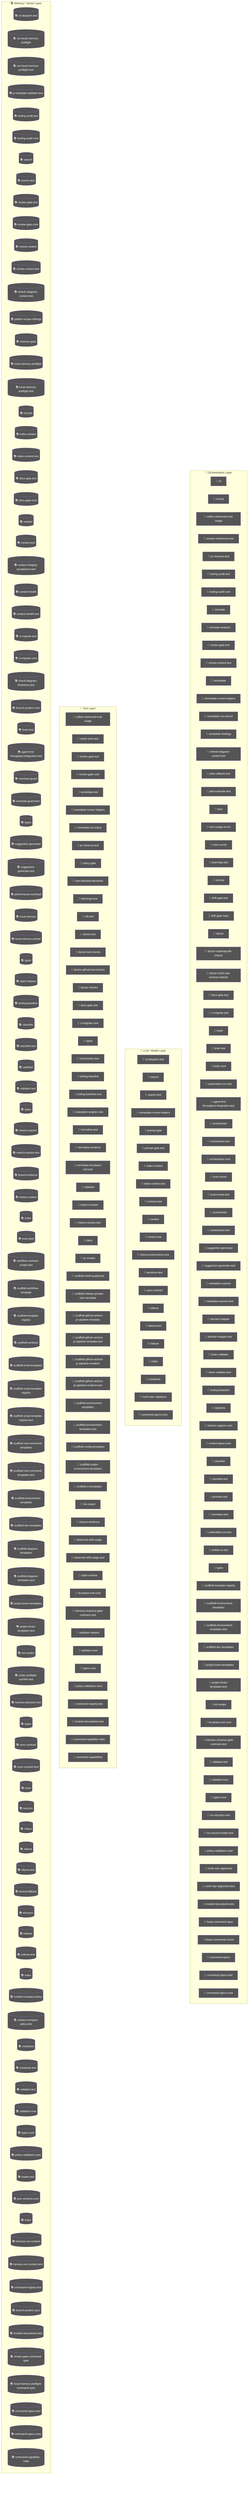
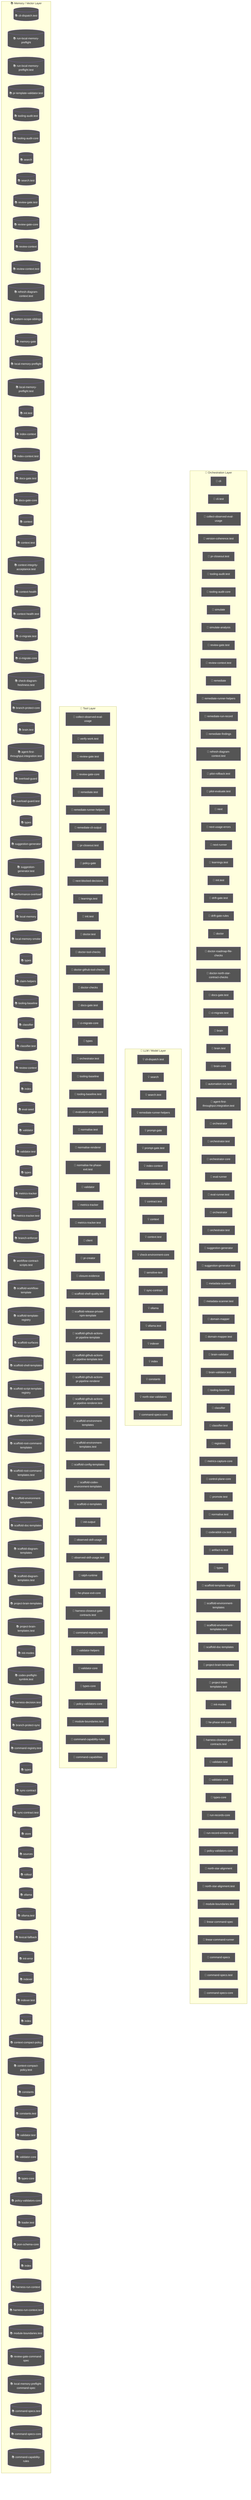
flowchart TD
  subgraph Orchestration["🎯 Orchestration Layer"]
    cli_99bb8840["🤖 cli"]
    cli_test_4851f28b["🤖 cli.test"]
    node_agent_mmd_orchestration_layer_orchestration_coll_37781291["🤖 collect-observed-eval-usage"]
    version_coherence_test_b81c6d8e["🤖 version-coherence.test"]
    pr_closeout_test_12a1ffdd["🤖 pr-closeout.test"]
    node_agent_mmd_orchestration_layer_orchestration_tool_5f9f8adf["🤖 tooling-audit.test"]
    node_agent_mmd_orchestration_layer_orchestration_tool_acfe0c01["🤖 tooling-audit-core"]
    simulate_b9efe395["🤖 simulate"]
    simulate_analysis_164a460c["🤖 simulate-analysis"]
    node_agent_mmd_orchestration_layer_orchestration_revi_ae9f100c["🤖 review-gate.test"]
    node_agent_mmd_orchestration_layer_orchestration_revi_84f25e5b["🤖 review-context.test"]
    remediate_06b9c7fc["🤖 remediate"]
    node_agent_mmd_orchestration_layer_orchestration_reme_359fe98f["🤖 remediate-runner-helpers"]
    remediate_run_record_9dfe5dc1["🤖 remediate-run-record"]
    remediate_findings_8b09c8c6["🤖 remediate-findings"]
    node_agent_mmd_orchestration_layer_orchestration_refr_10a87984["🤖 refresh-diagram-context.test"]
    pilot_rollback_test_e61d5a2b["🤖 pilot-rollback.test"]
    pilot_evaluate_test_a2ac06fc["🤖 pilot-evaluate.test"]
    next_c6c1c9a9["🤖 next"]
    next_usage_errors_837a345a["🤖 next-usage-errors"]
    next_runner_41643472["🤖 next-runner"]
    node_agent_mmd_orchestration_layer_orchestration_lear_5a2a5b08["🤖 learnings.test"]
    node_agent_mmd_orchestration_layer_orchestration_init_daf6ae1b["🤖 init.test"]
    drift_gate_test_816765e3["🤖 drift-gate.test"]
    drift_gate_rules_9685e72d["🤖 drift-gate-rules"]
    doctor_72f4be89["🤖 doctor"]
    doctor_roadmap_file_checks_14447b8e["🤖 doctor-roadmap-file-checks"]
    doctor_north_star_contract_checks_0048124c["🤖 doctor-north-star-contract-checks"]
    node_agent_mmd_orchestration_layer_orchestration_docs_22c7ae60["🤖 docs-gate.test"]
    node_agent_mmd_orchestration_layer_orchestration_ci_m_a6704d8b["🤖 ci-migrate.test"]
    brain_bbbf7a64["🤖 brain"]
    node_agent_mmd_orchestration_layer_orchestration_brai_9c019b6e["🤖 brain.test"]
    brain_core_aa07c380["🤖 brain-core"]
    automation_run_test_7b21d905["🤖 automation-run.test"]
    node_agent_mmd_orchestration_layer_orchestration_agen_eb715f44["🤖 agent-first-throughput.integration.test"]
    orchestrator_11376b7e["🤖 orchestrator"]
    orchestrator_test_18d2fe26["🤖 orchestrator.test"]
    orchestrator_core_d0678b53["🤖 orchestrator-core"]
    eval_runner_0966a6b3["🤖 eval-runner"]
    eval_runner_test_962c8c18["🤖 eval-runner.test"]
    orchestrator_1_6b7137c5["🤖 orchestrator"]
    node_agent_mmd_orchestration_layer_orchestration_orch_af4e7416["🤖 orchestrator.test"]
    node_agent_mmd_orchestration_layer_orchestration_sugg_85c5ebe3["🤖 suggestion-generator"]
    node_agent_mmd_orchestration_layer_orchestration_sugg_d0ad9d8e["🤖 suggestion-generator.test"]
    metadata_scanner_6a101b66["🤖 metadata-scanner"]
    metadata_scanner_test_faee743d["🤖 metadata-scanner.test"]
    domain_mapper_cd9333d2["🤖 domain-mapper"]
    domain_mapper_test_dc5a9896["🤖 domain-mapper.test"]
    brain_validator_be251832["🤖 brain-validator"]
    brain_validator_test_5e40cb72["🤖 brain-validator.test"]
    node_agent_mmd_orchestration_layer_orchestration_tool_cc43149f["🤖 tooling-baseline"]
+     node_agent_mmd_orchestration_layer_orchestration_clas_899b821a["🤖 classifier"]
+     node_agent_mmd_orchestration_layer_orchestration_clas_402e0b3f["🤖 classifier.test"]
    registries_06402afa["🤖 registries"]
    metrics_capture_core_db4bf7cf["🤖 metrics-capture-core"]
    control_plane_core_db3b4cb2["🤖 control-plane-core"]
-     node_agent_mmd_orchestration_layer_orchestration_clas_899b821a["🤖 classifier"]
-     node_agent_mmd_orchestration_layer_orchestration_clas_402e0b3f["🤖 classifier.test"]
    promote_test_5c615269["🤖 promote.test"]
    normalise_test_1_6643dd83["🤖 normalise.test"]
    coderabbit_csv_test_1f36d0a4["🤖 coderabbit-csv.test"]
    artifact_io_test_aac02da3["🤖 artifact-io.test"]
-     types_15_86775c96["🤖 types"]
+     types_16_0fae1112["🤖 types"]
    node_agent_mmd_orchestration_layer_orchestration_scaf_ff8f92f6["🤖 scaffold-template-registry"]
    node_agent_mmd_orchestration_layer_orchestration_scaf_c9a90c2f["🤖 scaffold-environment-templates"]
    node_agent_mmd_orchestration_layer_orchestration_scaf_78d57a93["🤖 scaffold-environment-templates.test"]
    node_agent_mmd_orchestration_layer_orchestration_scaf_12cc07db["🤖 scaffold-doc-templates"]
    node_agent_mmd_orchestration_layer_orchestration_proj_6ab6f60f["🤖 project-brain-templates"]
    node_agent_mmd_orchestration_layer_orchestration_proj_d78b2f4f["🤖 project-brain-templates.test"]
    node_agent_mmd_orchestration_layer_orchestration_init_2a9c3ecb["🤖 init-modes"]
    node_agent_mmd_orchestration_layer_orchestration_he_p_fc778c24["🤖 he-phase-exit-core"]
    node_agent_mmd_orchestration_layer_orchestration_harn_7761fad1["🤖 harness-closeout-gate-contracts.test"]
    node_agent_mmd_orchestration_layer_orchestration_vali_a3b17e45["🤖 validator.test"]
    node_agent_mmd_orchestration_layer_orchestration_vali_d9fe99e6["🤖 validator-core"]
    node_agent_mmd_orchestration_layer_orchestration_type_7cf81261["🤖 types-core"]
    run_records_core_89286dfa["🤖 run-records-core"]
    run_record_emitter_test_5475c0da["🤖 run-record-emitter.test"]
    node_agent_mmd_orchestration_layer_orchestration_poli_3270b55d["🤖 policy-validators-core"]
    north_star_alignment_00440188["🤖 north-star-alignment"]
    north_star_alignment_test_3ae1d69b["🤖 north-star-alignment.test"]
    node_agent_mmd_orchestration_layer_orchestration_modu_72373e29["🤖 module-boundaries.test"]
    linear_command_spec_1e12dd44["🤖 linear-command-spec"]
    linear_command_runner_4a740dfc["🤖 linear-command-runner"]
    command_specs_69167c63["🤖 command-specs"]
    node_agent_mmd_orchestration_layer_orchestration_comm_a137ef0a["🤖 command-specs.test"]
    node_agent_mmd_orchestration_layer_orchestration_comm_1f8cc24c["🤖 command-specs-core"]
  end
  subgraph LLMLayer["🧠 LLM / Model Layer"]
    node_agent_mmd_llm_model_layer_llmlayer_cli_dispatch__7ecbc6e7["💡 cli-dispatch.test"]
    node_agent_mmd_llm_model_layer_llmlayer_search_search_66b9a911["💡 search"]
    node_agent_mmd_llm_model_layer_llmlayer_search_test_s_72d50705["💡 search.test"]
    node_agent_mmd_llm_model_layer_llmlayer_remediate_run_9e3d4585["💡 remediate-runner-helpers"]
    prompt_gate_c5e9d207["💡 prompt-gate"]
    prompt_gate_test_1a442b27["💡 prompt-gate.test"]
    node_agent_mmd_llm_model_layer_llmlayer_index_context_1041bd11["💡 index-context"]
    node_agent_mmd_llm_model_layer_llmlayer_index_context_7e927b45["💡 index-context.test"]
    contract_test_2262847f["💡 contract.test"]
    node_agent_mmd_llm_model_layer_llmlayer_context_conte_ad2dfbd9["💡 context"]
    node_agent_mmd_llm_model_layer_llmlayer_context_test__32277db3["💡 context.test"]
    check_environment_core_2c16213f["💡 check-environment-core"]
    sensitive_text_7c11f760["💡 sensitive-text"]
    node_agent_mmd_llm_model_layer_llmlayer_sync_contract_9f3cc8c1["💡 sync-contract"]
    node_agent_mmd_llm_model_layer_llmlayer_ollama_ollama_968b23fa["💡 ollama"]
    node_agent_mmd_llm_model_layer_llmlayer_ollama_test_o_d62a0b5a["💡 ollama.test"]
    node_agent_mmd_llm_model_layer_llmlayer_indexer_index_4f4deef5["💡 indexer"]
    node_agent_mmd_llm_model_layer_llmlayer_index_index_1_02e160ff["💡 index"]
    node_agent_mmd_llm_model_layer_llmlayer_constants_con_c9bd3f6c["💡 constants"]
    north_star_validators_cfc926ce["💡 north-star-validators"]
    node_agent_mmd_llm_model_layer_llmlayer_command_specs_782af9fa["💡 command-specs-core"]
  end
  subgraph ToolLayer["🔧 Tool Layer"]
    node_agent_mmd_tool_layer_toollayer_collect_observed__f30f627d["🔧 collect-observed-eval-usage"]
    verify_work_test_0e12f6c5["🔧 verify-work.test"]
    node_agent_mmd_tool_layer_toollayer_review_gate_test__548e6c28["🔧 review-gate.test"]
    node_agent_mmd_tool_layer_toollayer_review_gate_core__7704598b["🔧 review-gate-core"]
    remediate_test_6f59cafe["🔧 remediate.test"]
    node_agent_mmd_tool_layer_toollayer_remediate_runner__c003b871["🔧 remediate-runner-helpers"]
    remediate_cli_output_cc165396["🔧 remediate-cli-output"]
    pr_closeout_test_1_be1a0df1["🔧 pr-closeout.test"]
    policy_gate_213f7313["🔧 policy-gate"]
    next_blocked_decisions_4140ad2b["🔧 next-blocked-decisions"]
    node_agent_mmd_tool_layer_toollayer_learnings_test_le_d61f175f["🔧 learnings.test"]
    node_agent_mmd_tool_layer_toollayer_init_test_init_te_ae014ee3["🔧 init.test"]
    doctor_test_e032e8b5["🔧 doctor.test"]
    doctor_tool_checks_4acac51a["🔧 doctor-tool-checks"]
    doctor_github_tool_checks_a53b0382["🔧 doctor-github-tool-checks"]
    doctor_checks_5a2eb2b9["🔧 doctor-checks"]
    node_agent_mmd_tool_layer_toollayer_docs_gate_test_do_ca0c4c21["🔧 docs-gate.test"]
    node_agent_mmd_tool_layer_toollayer_ci_migrate_core_c_049f8460["🔧 ci-migrate-core"]
    types_1_4ecdf56e["🔧 types"]
    node_agent_mmd_tool_layer_toollayer_orchestrator_test_b563c528["🔧 orchestrator.test"]
    node_agent_mmd_tool_layer_toollayer_tooling_baseline__61e66e9f["🔧 tooling-baseline"]
    tooling_baseline_test_d272ddb6["🔧 tooling-baseline.test"]
    evaluation_engine_core_e054fe49["🔧 evaluation-engine-core"]
    normalise_test_73e8a615["🔧 normalise.test"]
    normalise_renderer_85f2e563["🔧 normalise-renderer"]
    normalise_he_phase_exit_test_1788efc4["🔧 normalise-he-phase-exit.test"]
    node_agent_mmd_tool_layer_toollayer_validator_validat_96a84a52["🔧 validator"]
    node_agent_mmd_tool_layer_toollayer_metrics_tracker_m_4c9237d8["🔧 metrics-tracker"]
    node_agent_mmd_tool_layer_toollayer_metrics_tracker_t_8947b778["🔧 metrics-tracker.test"]
    client_1_914e1681["🔧 client"]
    pr_creator_dc6b1ea4["🔧 pr-creator"]
+     closure_evidence_aaa31467["🔧 closure-evidence"]
    scaffold_shell_quality_test_79567d03["🔧 scaffold-shell-quality.test"]
    scaffold_release_private_npm_template_075499f8["🔧 scaffold-release-private-npm-template"]
    scaffold_github_actions_pr_pipeline_template_e2b85f62["🔧 scaffold-github-actions-pr-pipeline-template"]
    scaffold_github_actions_pr_pipeline_template_test_be464a7b["🔧 scaffold-github-actions-pr-pipeline-template.test"]
    scaffold_github_actions_pr_pipeline_renderer_1ee18de5["🔧 scaffold-github-actions-pr-pipeline-renderer"]
    scaffold_github_actions_pr_pipeline_renderer_test_2cc38272["🔧 scaffold-github-actions-pr-pipeline-renderer.test"]
    node_agent_mmd_tool_layer_toollayer_scaffold_environm_c1afc013["🔧 scaffold-environment-templates"]
    node_agent_mmd_tool_layer_toollayer_scaffold_environm_1a8f8168["🔧 scaffold-environment-templates.test"]
    scaffold_config_templates_4b80ce53["🔧 scaffold-config-templates"]
    scaffold_codex_environment_templates_334fbbed["🔧 scaffold-codex-environment-templates"]
    scaffold_ci_templates_2afd6392["🔧 scaffold-ci-templates"]
    init_output_360dce91["🔧 init-output"]
-     closure_evidence_aaa31467["🔧 closure-evidence"]
    observed_skill_usage_ed7d5930["🔧 observed-skill-usage"]
    observed_skill_usage_test_311c215a["🔧 observed-skill-usage.test"]
    ralph_runtime_73d63c0e["🔧 ralph-runtime"]
    node_agent_mmd_tool_layer_toollayer_he_phase_exit_cor_af016160["🔧 he-phase-exit-core"]
    node_agent_mmd_tool_layer_toollayer_harness_closeout__df9d1dab["🔧 harness-closeout-gate-contracts.test"]
+     node_agent_mmd_tool_layer_toollayer_command_registry__cce57abe["🔧 command-registry.test"]
    validator_helpers_7b927667["🔧 validator-helpers"]
    node_agent_mmd_tool_layer_toollayer_validator_core_va_6ef6131f["🔧 validator-core"]
    node_agent_mmd_tool_layer_toollayer_types_core_types__6c8319b6["🔧 types-core"]
    node_agent_mmd_tool_layer_toollayer_policy_validators_af136abf["🔧 policy-validators-core"]
-     node_agent_mmd_tool_layer_toollayer_command_registry__cce57abe["🔧 command-registry.test"]
    node_agent_mmd_tool_layer_toollayer_module_boundaries_fecf90b5["🔧 module-boundaries.test"]
    node_agent_mmd_tool_layer_toollayer_command_capabilit_e97a4615["🔧 command-capability-rules"]
    command_capabilities_a4d5c71e["🔧 command-capabilities"]
  end
  subgraph MemoryLayer["📚 Memory / Vector Layer"]
    node_agent_mmd_memory_vector_layer_memorylayer_cli_di_c121353b[("📚 cli-dispatch.test")]
    run_local_memory_preflight_36e92808[("📚 run-local-memory-preflight")]
    run_local_memory_preflight_test_1d7c5aa0[("📚 run-local-memory-preflight.test")]
    pr_template_validator_test_569b1cef[("📚 pr-template-validator.test")]
    node_agent_mmd_memory_vector_layer_memorylayer_toolin_48be0fc9[("📚 tooling-audit.test")]
    node_agent_mmd_memory_vector_layer_memorylayer_toolin_a1185b8f[("📚 tooling-audit-core")]
    node_agent_mmd_memory_vector_layer_memorylayer_search_ac35cb7e[("📚 search")]
    node_agent_mmd_memory_vector_layer_memorylayer_search_ebbe6c53[("📚 search.test")]
    node_agent_mmd_memory_vector_layer_memorylayer_review_e0e0b257[("📚 review-gate.test")]
    node_agent_mmd_memory_vector_layer_memorylayer_review_5bee9816[("📚 review-gate-core")]
    review_context_ca6cf81d[("📚 review-context")]
    node_agent_mmd_memory_vector_layer_memorylayer_review_3255d3cf[("📚 review-context.test")]
    node_agent_mmd_memory_vector_layer_memorylayer_refres_b1a0f415[("📚 refresh-diagram-context.test")]
    pattern_scope_siblings_43abe000[("📚 pattern-scope-siblings")]
    memory_gate_a577a506[("📚 memory-gate")]
    local_memory_preflight_dcc36c42[("📚 local-memory-preflight")]
    local_memory_preflight_test_5e323bbf[("📚 local-memory-preflight.test")]
    node_agent_mmd_memory_vector_layer_memorylayer_init_t_bac0fb9d[("📚 init.test")]
    node_agent_mmd_memory_vector_layer_memorylayer_index__6f3402d0[("📚 index-context")]
    node_agent_mmd_memory_vector_layer_memorylayer_index__46fc46d7[("📚 index-context.test")]
    node_agent_mmd_memory_vector_layer_memorylayer_docs_g_2ab7a620[("📚 docs-gate.test")]
    docs_gate_core_eb9b6c18[("📚 docs-gate-core")]
    node_agent_mmd_memory_vector_layer_memorylayer_contex_78ceaaa9[("📚 context")]
    node_agent_mmd_memory_vector_layer_memorylayer_contex_4e7cab00[("📚 context.test")]
    context_integrity_acceptance_test_59f961b1[("📚 context-integrity-acceptance.test")]
    context_health_80bb7da9[("📚 context-health")]
    context_health_test_3b5b87f3[("📚 context-health.test")]
    node_agent_mmd_memory_vector_layer_memorylayer_ci_mig_df76706f[("📚 ci-migrate.test")]
    node_agent_mmd_memory_vector_layer_memorylayer_ci_mig_0cd5b1a4[("📚 ci-migrate-core")]
    check_diagram_freshness_test_c1dc40aa[("📚 check-diagram-freshness.test")]
    branch_protect_core_a8feb0fd[("📚 branch-protect-core")]
    node_agent_mmd_memory_vector_layer_memorylayer_brain__80b5ea48[("📚 brain.test")]
    node_agent_mmd_memory_vector_layer_memorylayer_agent__6f084ab8[("📚 agent-first-throughput.integration.test")]
    overload_guard_2748c559[("📚 overload-guard")]
    overload_guard_test_6ece9f86[("📚 overload-guard.test")]
-     types_3_9675d69b[("📚 types")]
+     types_4_822d0f88[("📚 types")]
    node_agent_mmd_memory_vector_layer_memorylayer_sugges_267f408d[("📚 suggestion-generator")]
    node_agent_mmd_memory_vector_layer_memorylayer_sugges_b043d150[("📚 suggestion-generator.test")]
    performance_overload_c685bfcf[("📚 performance-overload")]
    local_memory_0db17ecc[("📚 local-memory")]
    local_memory_smoke_1175abfc[("📚 local-memory-smoke")]
-     types_8_f6283648[("📚 types")]
+     types_9_1db4641f[("📚 types")]
    claim_helpers_20dc8387[("📚 claim-helpers")]
    node_agent_mmd_memory_vector_layer_memorylayer_toolin_14f86b00[("📚 tooling-baseline")]
    node_agent_mmd_memory_vector_layer_memorylayer_classi_1ebbf5ff[("📚 classifier")]
    node_agent_mmd_memory_vector_layer_memorylayer_classi_58e617e7[("📚 classifier.test")]
+     review_context_1_e3afed15[("📚 review-context")]
+     index_2_10143590[("📚 index")]
+     eval_seed_5699fd3e[("📚 eval-seed")]
    node_agent_mmd_memory_vector_layer_memorylayer_valida_1b167f63[("📚 validator")]
    validator_test_1_c5015ca0[("📚 validator.test")]
-     types_12_2b09659a[("📚 types")]
+     types_13_d025517b[("📚 types")]
    node_agent_mmd_memory_vector_layer_memorylayer_metric_12562178[("📚 metrics-tracker")]
    node_agent_mmd_memory_vector_layer_memorylayer_metric_74129788[("📚 metrics-tracker.test")]
    branch_enforcer_acb749cd[("📚 branch-enforcer")]
-     review_context_1_e3afed15[("📚 review-context")]
-     index_2_10143590[("📚 index")]
-     eval_seed_5699fd3e[("📚 eval-seed")]
    workflow_contract_scripts_test_681e2e3c[("📚 workflow-contract-scripts.test")]
    scaffold_workflow_template_92310587[("📚 scaffold-workflow-template")]
    node_agent_mmd_memory_vector_layer_memorylayer_scaffo_a86eece1[("📚 scaffold-template-registry")]
    scaffold_surfaces_12d6494e[("📚 scaffold-surfaces")]
    scaffold_shell_templates_0ad0f915[("📚 scaffold-shell-templates")]
    scaffold_script_template_registry_69312d4e[("📚 scaffold-script-template-registry")]
    scaffold_script_template_registry_test_6a8ebefe[("📚 scaffold-script-template-registry.test")]
    scaffold_root_command_templates_404fed7f[("📚 scaffold-root-command-templates")]
    scaffold_root_command_templates_test_14596939[("📚 scaffold-root-command-templates.test")]
    node_agent_mmd_memory_vector_layer_memorylayer_scaffo_12b42341[("📚 scaffold-environment-templates")]
    node_agent_mmd_memory_vector_layer_memorylayer_scaffo_5fd73b94[("📚 scaffold-doc-templates")]
    scaffold_diagram_templates_dd88e83c[("📚 scaffold-diagram-templates")]
    scaffold_diagram_templates_test_f3774c28[("📚 scaffold-diagram-templates.test")]
    node_agent_mmd_memory_vector_layer_memorylayer_projec_3ae304d9[("📚 project-brain-templates")]
    node_agent_mmd_memory_vector_layer_memorylayer_projec_6048335b[("📚 project-brain-templates.test")]
    node_agent_mmd_memory_vector_layer_memorylayer_init_m_333d02c5[("📚 init-modes")]
    codex_preflight_symlink_test_037558db[("📚 codex-preflight-symlink.test")]
    harness_decision_test_7e5a4fe5[("📚 harness-decision.test")]
+     branch_protect_sync_570adb18[("📚 branch-protect-sync")]
+     node_agent_mmd_memory_vector_layer_memorylayer_comman_362247bb[("📚 command-registry.test")]
    types_18_37582e2a[("📚 types")]
    node_agent_mmd_memory_vector_layer_memorylayer_sync_c_e43418bc[("📚 sync-contract")]
    sync_contract_test_5dc3165c[("📚 sync-contract.test")]
    store_824d80d7[("📚 store")]
    sources_1_e133d97d[("📚 sources")]
    rollout_a4fa034c[("📚 rollout")]
    node_agent_mmd_memory_vector_layer_memorylayer_ollama_6d51be16[("📚 ollama")]
    node_agent_mmd_memory_vector_layer_memorylayer_ollama_d800c0c4[("📚 ollama.test")]
    lexical_fallback_723e2b3e[("📚 lexical-fallback")]
    init_error_5c7dd49f[("📚 init-error")]
    node_agent_mmd_memory_vector_layer_memorylayer_indexe_93e6d86f[("📚 indexer")]
    indexer_test_d492f0aa[("📚 indexer.test")]
    node_agent_mmd_memory_vector_layer_memorylayer_index__752bc61e[("📚 index")]
    context_compact_policy_3dcaf95d[("📚 context-compact-policy")]
    context_compact_policy_test_da148267[("📚 context-compact-policy.test")]
    node_agent_mmd_memory_vector_layer_memorylayer_consta_702d3f46[("📚 constants")]
    constants_test_5492ae98[("📚 constants.test")]
    node_agent_mmd_memory_vector_layer_memorylayer_valida_caacfcdf[("📚 validator.test")]
    node_agent_mmd_memory_vector_layer_memorylayer_valida_41034356[("📚 validator-core")]
    node_agent_mmd_memory_vector_layer_memorylayer_types__83f369fa[("📚 types-core")]
    node_agent_mmd_memory_vector_layer_memorylayer_policy_1944de42[("📚 policy-validators-core")]
    loader_test_03424671[("📚 loader.test")]
    json_schema_core_96d7e328[("📚 json-schema-core")]
    index_6_fc9e91e2[("📚 index")]
    harness_run_context_ac7c77a9[("📚 harness-run-context")]
    harness_run_context_test_c6937fed[("📚 harness-run-context.test")]
-     node_agent_mmd_memory_vector_layer_memorylayer_comman_362247bb[("📚 command-registry.test")]
-     branch_protect_sync_570adb18[("📚 branch-protect-sync")]
    node_agent_mmd_memory_vector_layer_memorylayer_module_9bfd18b1[("📚 module-boundaries.test")]
    review_gate_command_spec_3187376a[("📚 review-gate-command-spec")]
    local_memory_preflight_command_spec_9e23f3ce[("📚 local-memory-preflight-command-spec")]
    node_agent_mmd_memory_vector_layer_memorylayer_comman_d36d1650[("📚 command-specs.test")]
    node_agent_mmd_memory_vector_layer_memorylayer_comman_111eb454[("📚 command-specs-core")]
    node_agent_mmd_memory_vector_layer_memorylayer_comman_c72a5d05[("📚 command-capability-rules")]
  end
  classDef agentNode fill:#555,color:#fff
-   class cli_99bb8840,cli_test_4851f28b,node_agent_mmd_orchestration_layer_orchestration_coll_37781291,node_agent_mmd_tool_layer_toollayer_collect_observed__f30f627d,version_coherence_test_b81c6d8e,pr_closeout_test_12a1ffdd,node_agent_mmd_orchestration_layer_orchestration_tool_5f9f8adf,node_agent_mmd_memory_vector_layer_memorylayer_toolin_48be0fc9,node_agent_mmd_orchestration_layer_orchestration_tool_acfe0c01,node_agent_mmd_memory_vector_layer_memorylayer_toolin_a1185b8f,simulate_b9efe395,simulate_analysis_164a460c,node_agent_mmd_orchestration_layer_orchestration_revi_ae9f100c,node_agent_mmd_tool_layer_toollayer_review_gate_test__548e6c28,node_agent_mmd_memory_vector_layer_memorylayer_review_e0e0b257,node_agent_mmd_orchestration_layer_orchestration_revi_84f25e5b,node_agent_mmd_memory_vector_layer_memorylayer_review_3255d3cf,remediate_06b9c7fc,node_agent_mmd_orchestration_layer_orchestration_reme_359fe98f,node_agent_mmd_llm_model_layer_llmlayer_remediate_run_9e3d4585,node_agent_mmd_tool_layer_toollayer_remediate_runner__c003b871,remediate_run_record_9dfe5dc1,remediate_findings_8b09c8c6,node_agent_mmd_orchestration_layer_orchestration_refr_10a87984,node_agent_mmd_memory_vector_layer_memorylayer_refres_b1a0f415,pilot_rollback_test_e61d5a2b,pilot_evaluate_test_a2ac06fc,next_c6c1c9a9,next_usage_errors_837a345a,next_runner_41643472,node_agent_mmd_orchestration_layer_orchestration_lear_5a2a5b08,node_agent_mmd_tool_layer_toollayer_learnings_test_le_d61f175f,node_agent_mmd_orchestration_layer_orchestration_init_daf6ae1b,node_agent_mmd_tool_layer_toollayer_init_test_init_te_ae014ee3,node_agent_mmd_memory_vector_layer_memorylayer_init_t_bac0fb9d,drift_gate_test_816765e3,drift_gate_rules_9685e72d,doctor_72f4be89,doctor_roadmap_file_checks_14447b8e,doctor_north_star_contract_checks_0048124c,node_agent_mmd_orchestration_layer_orchestration_docs_22c7ae60,node_agent_mmd_tool_layer_toollayer_docs_gate_test_do_ca0c4c21,node_agent_mmd_memory_vector_layer_memorylayer_docs_g_2ab7a620,node_agent_mmd_orchestration_layer_orchestration_ci_m_a6704d8b,node_agent_mmd_memory_vector_layer_memorylayer_ci_mig_df76706f,brain_bbbf7a64,node_agent_mmd_orchestration_layer_orchestration_brai_9c019b6e,node_agent_mmd_memory_vector_layer_memorylayer_brain__80b5ea48,brain_core_aa07c380,automation_run_test_7b21d905,node_agent_mmd_orchestration_layer_orchestration_agen_eb715f44,node_agent_mmd_memory_vector_layer_memorylayer_agent__6f084ab8,orchestrator_11376b7e,orchestrator_test_18d2fe26,orchestrator_core_d0678b53,eval_runner_0966a6b3,eval_runner_test_962c8c18,orchestrator_1_6b7137c5,node_agent_mmd_orchestration_layer_orchestration_orch_af4e7416,node_agent_mmd_tool_layer_toollayer_orchestrator_test_b563c528,node_agent_mmd_orchestration_layer_orchestration_sugg_85c5ebe3,node_agent_mmd_memory_vector_layer_memorylayer_sugges_267f408d,node_agent_mmd_orchestration_layer_orchestration_sugg_d0ad9d8e,node_agent_mmd_memory_vector_layer_memorylayer_sugges_b043d150,metadata_scanner_6a101b66,metadata_scanner_test_faee743d,domain_mapper_cd9333d2,domain_mapper_test_dc5a9896,brain_validator_be251832,brain_validator_test_5e40cb72,node_agent_mmd_orchestration_layer_orchestration_tool_cc43149f,node_agent_mmd_tool_layer_toollayer_tooling_baseline__61e66e9f,node_agent_mmd_memory_vector_layer_memorylayer_toolin_14f86b00,registries_06402afa,metrics_capture_core_db4bf7cf,control_plane_core_db3b4cb2,node_agent_mmd_orchestration_layer_orchestration_clas_899b821a,node_agent_mmd_memory_vector_layer_memorylayer_classi_1ebbf5ff,node_agent_mmd_orchestration_layer_orchestration_clas_402e0b3f,node_agent_mmd_memory_vector_layer_memorylayer_classi_58e617e7,promote_test_5c615269,normalise_test_1_6643dd83,coderabbit_csv_test_1f36d0a4,artifact_io_test_aac02da3,types_15_86775c96,node_agent_mmd_orchestration_layer_orchestration_scaf_ff8f92f6,node_agent_mmd_memory_vector_layer_memorylayer_scaffo_a86eece1,node_agent_mmd_orchestration_layer_orchestration_scaf_c9a90c2f,node_agent_mmd_tool_layer_toollayer_scaffold_environm_c1afc013,node_agent_mmd_memory_vector_layer_memorylayer_scaffo_12b42341,node_agent_mmd_orchestration_layer_orchestration_scaf_78d57a93,node_agent_mmd_tool_layer_toollayer_scaffold_environm_1a8f8168,node_agent_mmd_orchestration_layer_orchestration_scaf_12cc07db,node_agent_mmd_memory_vector_layer_memorylayer_scaffo_5fd73b94,node_agent_mmd_orchestration_layer_orchestration_proj_6ab6f60f,node_agent_mmd_memory_vector_layer_memorylayer_projec_3ae304d9,node_agent_mmd_orchestration_layer_orchestration_proj_d78b2f4f,node_agent_mmd_memory_vector_layer_memorylayer_projec_6048335b,node_agent_mmd_orchestration_layer_orchestration_init_2a9c3ecb,node_agent_mmd_memory_vector_layer_memorylayer_init_m_333d02c5,node_agent_mmd_orchestration_layer_orchestration_he_p_fc778c24,node_agent_mmd_tool_layer_toollayer_he_phase_exit_cor_af016160,node_agent_mmd_orchestration_layer_orchestration_harn_7761fad1,node_agent_mmd_tool_layer_toollayer_harness_closeout__df9d1dab,node_agent_mmd_orchestration_layer_orchestration_vali_a3b17e45,node_agent_mmd_memory_vector_layer_memorylayer_valida_caacfcdf,node_agent_mmd_orchestration_layer_orchestration_vali_d9fe99e6,node_agent_mmd_tool_layer_toollayer_validator_core_va_6ef6131f,node_agent_mmd_memory_vector_layer_memorylayer_valida_41034356,node_agent_mmd_orchestration_layer_orchestration_type_7cf81261,node_agent_mmd_tool_layer_toollayer_types_core_types__6c8319b6,node_agent_mmd_memory_vector_layer_memorylayer_types__83f369fa,run_records_core_89286dfa,run_record_emitter_test_5475c0da,node_agent_mmd_orchestration_layer_orchestration_poli_3270b55d,node_agent_mmd_tool_layer_toollayer_policy_validators_af136abf,node_agent_mmd_memory_vector_layer_memorylayer_policy_1944de42,north_star_alignment_00440188,north_star_alignment_test_3ae1d69b,node_agent_mmd_orchestration_layer_orchestration_modu_72373e29,node_agent_mmd_tool_layer_toollayer_module_boundaries_fecf90b5,node_agent_mmd_memory_vector_layer_memorylayer_module_9bfd18b1,linear_command_spec_1e12dd44,linear_command_runner_4a740dfc,command_specs_69167c63,node_agent_mmd_orchestration_layer_orchestration_comm_a137ef0a,node_agent_mmd_memory_vector_layer_memorylayer_comman_d36d1650,node_agent_mmd_orchestration_layer_orchestration_comm_1f8cc24c,node_agent_mmd_llm_model_layer_llmlayer_command_specs_782af9fa,node_agent_mmd_memory_vector_layer_memorylayer_comman_111eb454 agentNode
+   class cli_99bb8840,cli_test_4851f28b,node_agent_mmd_orchestration_layer_orchestration_coll_37781291,node_agent_mmd_tool_layer_toollayer_collect_observed__f30f627d,version_coherence_test_b81c6d8e,pr_closeout_test_12a1ffdd,node_agent_mmd_orchestration_layer_orchestration_tool_5f9f8adf,node_agent_mmd_memory_vector_layer_memorylayer_toolin_48be0fc9,node_agent_mmd_orchestration_layer_orchestration_tool_acfe0c01,node_agent_mmd_memory_vector_layer_memorylayer_toolin_a1185b8f,simulate_b9efe395,simulate_analysis_164a460c,node_agent_mmd_orchestration_layer_orchestration_revi_ae9f100c,node_agent_mmd_tool_layer_toollayer_review_gate_test__548e6c28,node_agent_mmd_memory_vector_layer_memorylayer_review_e0e0b257,node_agent_mmd_orchestration_layer_orchestration_revi_84f25e5b,node_agent_mmd_memory_vector_layer_memorylayer_review_3255d3cf,remediate_06b9c7fc,node_agent_mmd_orchestration_layer_orchestration_reme_359fe98f,node_agent_mmd_llm_model_layer_llmlayer_remediate_run_9e3d4585,node_agent_mmd_tool_layer_toollayer_remediate_runner__c003b871,remediate_run_record_9dfe5dc1,remediate_findings_8b09c8c6,node_agent_mmd_orchestration_layer_orchestration_refr_10a87984,node_agent_mmd_memory_vector_layer_memorylayer_refres_b1a0f415,pilot_rollback_test_e61d5a2b,pilot_evaluate_test_a2ac06fc,next_c6c1c9a9,next_usage_errors_837a345a,next_runner_41643472,node_agent_mmd_orchestration_layer_orchestration_lear_5a2a5b08,node_agent_mmd_tool_layer_toollayer_learnings_test_le_d61f175f,node_agent_mmd_orchestration_layer_orchestration_init_daf6ae1b,node_agent_mmd_tool_layer_toollayer_init_test_init_te_ae014ee3,node_agent_mmd_memory_vector_layer_memorylayer_init_t_bac0fb9d,drift_gate_test_816765e3,drift_gate_rules_9685e72d,doctor_72f4be89,doctor_roadmap_file_checks_14447b8e,doctor_north_star_contract_checks_0048124c,node_agent_mmd_orchestration_layer_orchestration_docs_22c7ae60,node_agent_mmd_tool_layer_toollayer_docs_gate_test_do_ca0c4c21,node_agent_mmd_memory_vector_layer_memorylayer_docs_g_2ab7a620,node_agent_mmd_orchestration_layer_orchestration_ci_m_a6704d8b,node_agent_mmd_memory_vector_layer_memorylayer_ci_mig_df76706f,brain_bbbf7a64,node_agent_mmd_orchestration_layer_orchestration_brai_9c019b6e,node_agent_mmd_memory_vector_layer_memorylayer_brain__80b5ea48,brain_core_aa07c380,automation_run_test_7b21d905,node_agent_mmd_orchestration_layer_orchestration_agen_eb715f44,node_agent_mmd_memory_vector_layer_memorylayer_agent__6f084ab8,orchestrator_11376b7e,orchestrator_test_18d2fe26,orchestrator_core_d0678b53,eval_runner_0966a6b3,eval_runner_test_962c8c18,orchestrator_1_6b7137c5,node_agent_mmd_orchestration_layer_orchestration_orch_af4e7416,node_agent_mmd_tool_layer_toollayer_orchestrator_test_b563c528,node_agent_mmd_orchestration_layer_orchestration_sugg_85c5ebe3,node_agent_mmd_memory_vector_layer_memorylayer_sugges_267f408d,node_agent_mmd_orchestration_layer_orchestration_sugg_d0ad9d8e,node_agent_mmd_memory_vector_layer_memorylayer_sugges_b043d150,metadata_scanner_6a101b66,metadata_scanner_test_faee743d,domain_mapper_cd9333d2,domain_mapper_test_dc5a9896,brain_validator_be251832,brain_validator_test_5e40cb72,node_agent_mmd_orchestration_layer_orchestration_tool_cc43149f,node_agent_mmd_tool_layer_toollayer_tooling_baseline__61e66e9f,node_agent_mmd_memory_vector_layer_memorylayer_toolin_14f86b00,node_agent_mmd_orchestration_layer_orchestration_clas_899b821a,node_agent_mmd_memory_vector_layer_memorylayer_classi_1ebbf5ff,node_agent_mmd_orchestration_layer_orchestration_clas_402e0b3f,node_agent_mmd_memory_vector_layer_memorylayer_classi_58e617e7,registries_06402afa,metrics_capture_core_db4bf7cf,control_plane_core_db3b4cb2,promote_test_5c615269,normalise_test_1_6643dd83,coderabbit_csv_test_1f36d0a4,artifact_io_test_aac02da3,types_16_0fae1112,node_agent_mmd_orchestration_layer_orchestration_scaf_ff8f92f6,node_agent_mmd_memory_vector_layer_memorylayer_scaffo_a86eece1,node_agent_mmd_orchestration_layer_orchestration_scaf_c9a90c2f,node_agent_mmd_tool_layer_toollayer_scaffold_environm_c1afc013,node_agent_mmd_memory_vector_layer_memorylayer_scaffo_12b42341,node_agent_mmd_orchestration_layer_orchestration_scaf_78d57a93,node_agent_mmd_tool_layer_toollayer_scaffold_environm_1a8f8168,node_agent_mmd_orchestration_layer_orchestration_scaf_12cc07db,node_agent_mmd_memory_vector_layer_memorylayer_scaffo_5fd73b94,node_agent_mmd_orchestration_layer_orchestration_proj_6ab6f60f,node_agent_mmd_memory_vector_layer_memorylayer_projec_3ae304d9,node_agent_mmd_orchestration_layer_orchestration_proj_d78b2f4f,node_agent_mmd_memory_vector_layer_memorylayer_projec_6048335b,node_agent_mmd_orchestration_layer_orchestration_init_2a9c3ecb,node_agent_mmd_memory_vector_layer_memorylayer_init_m_333d02c5,node_agent_mmd_orchestration_layer_orchestration_he_p_fc778c24,node_agent_mmd_tool_layer_toollayer_he_phase_exit_cor_af016160,node_agent_mmd_orchestration_layer_orchestration_harn_7761fad1,node_agent_mmd_tool_layer_toollayer_harness_closeout__df9d1dab,node_agent_mmd_orchestration_layer_orchestration_vali_a3b17e45,node_agent_mmd_memory_vector_layer_memorylayer_valida_caacfcdf,node_agent_mmd_orchestration_layer_orchestration_vali_d9fe99e6,node_agent_mmd_tool_layer_toollayer_validator_core_va_6ef6131f,node_agent_mmd_memory_vector_layer_memorylayer_valida_41034356,node_agent_mmd_orchestration_layer_orchestration_type_7cf81261,node_agent_mmd_tool_layer_toollayer_types_core_types__6c8319b6,node_agent_mmd_memory_vector_layer_memorylayer_types__83f369fa,run_records_core_89286dfa,run_record_emitter_test_5475c0da,node_agent_mmd_orchestration_layer_orchestration_poli_3270b55d,node_agent_mmd_tool_layer_toollayer_policy_validators_af136abf,node_agent_mmd_memory_vector_layer_memorylayer_policy_1944de42,north_star_alignment_00440188,north_star_alignment_test_3ae1d69b,node_agent_mmd_orchestration_layer_orchestration_modu_72373e29,node_agent_mmd_tool_layer_toollayer_module_boundaries_fecf90b5,node_agent_mmd_memory_vector_layer_memorylayer_module_9bfd18b1,linear_command_spec_1e12dd44,linear_command_runner_4a740dfc,command_specs_69167c63,node_agent_mmd_orchestration_layer_orchestration_comm_a137ef0a,node_agent_mmd_memory_vector_layer_memorylayer_comman_d36d1650,node_agent_mmd_orchestration_layer_orchestration_comm_1f8cc24c,node_agent_mmd_llm_model_layer_llmlayer_command_specs_782af9fa,node_agent_mmd_memory_vector_layer_memorylayer_comman_111eb454 agentNode
  classDef llmNode fill:#555,color:#fff
  class node_agent_mmd_llm_model_layer_llmlayer_cli_dispatch__7ecbc6e7,node_agent_mmd_memory_vector_layer_memorylayer_cli_di_c121353b,node_agent_mmd_llm_model_layer_llmlayer_search_search_66b9a911,node_agent_mmd_memory_vector_layer_memorylayer_search_ac35cb7e,node_agent_mmd_llm_model_layer_llmlayer_search_test_s_72d50705,node_agent_mmd_memory_vector_layer_memorylayer_search_ebbe6c53,node_agent_mmd_orchestration_layer_orchestration_reme_359fe98f,node_agent_mmd_llm_model_layer_llmlayer_remediate_run_9e3d4585,node_agent_mmd_tool_layer_toollayer_remediate_runner__c003b871,prompt_gate_c5e9d207,prompt_gate_test_1a442b27,node_agent_mmd_llm_model_layer_llmlayer_index_context_1041bd11,node_agent_mmd_memory_vector_layer_memorylayer_index__6f3402d0,node_agent_mmd_llm_model_layer_llmlayer_index_context_7e927b45,node_agent_mmd_memory_vector_layer_memorylayer_index__46fc46d7,contract_test_2262847f,node_agent_mmd_llm_model_layer_llmlayer_context_conte_ad2dfbd9,node_agent_mmd_memory_vector_layer_memorylayer_contex_78ceaaa9,node_agent_mmd_llm_model_layer_llmlayer_context_test__32277db3,node_agent_mmd_memory_vector_layer_memorylayer_contex_4e7cab00,check_environment_core_2c16213f,sensitive_text_7c11f760,node_agent_mmd_llm_model_layer_llmlayer_sync_contract_9f3cc8c1,node_agent_mmd_memory_vector_layer_memorylayer_sync_c_e43418bc,node_agent_mmd_llm_model_layer_llmlayer_ollama_ollama_968b23fa,node_agent_mmd_memory_vector_layer_memorylayer_ollama_6d51be16,node_agent_mmd_llm_model_layer_llmlayer_ollama_test_o_d62a0b5a,node_agent_mmd_memory_vector_layer_memorylayer_ollama_d800c0c4,node_agent_mmd_llm_model_layer_llmlayer_indexer_index_4f4deef5,node_agent_mmd_memory_vector_layer_memorylayer_indexe_93e6d86f,node_agent_mmd_llm_model_layer_llmlayer_index_index_1_02e160ff,node_agent_mmd_memory_vector_layer_memorylayer_index__752bc61e,node_agent_mmd_llm_model_layer_llmlayer_constants_con_c9bd3f6c,node_agent_mmd_memory_vector_layer_memorylayer_consta_702d3f46,north_star_validators_cfc926ce,node_agent_mmd_orchestration_layer_orchestration_comm_1f8cc24c,node_agent_mmd_llm_model_layer_llmlayer_command_specs_782af9fa,node_agent_mmd_memory_vector_layer_memorylayer_comman_111eb454 llmNode
  classDef toolNode fill:#555,color:#fff
-   class node_agent_mmd_orchestration_layer_orchestration_coll_37781291,node_agent_mmd_tool_layer_toollayer_collect_observed__f30f627d,verify_work_test_0e12f6c5,node_agent_mmd_orchestration_layer_orchestration_revi_ae9f100c,node_agent_mmd_tool_layer_toollayer_review_gate_test__548e6c28,node_agent_mmd_memory_vector_layer_memorylayer_review_e0e0b257,node_agent_mmd_tool_layer_toollayer_review_gate_core__7704598b,node_agent_mmd_memory_vector_layer_memorylayer_review_5bee9816,remediate_test_6f59cafe,node_agent_mmd_orchestration_layer_orchestration_reme_359fe98f,node_agent_mmd_llm_model_layer_llmlayer_remediate_run_9e3d4585,node_agent_mmd_tool_layer_toollayer_remediate_runner__c003b871,remediate_cli_output_cc165396,pr_closeout_test_1_be1a0df1,policy_gate_213f7313,next_blocked_decisions_4140ad2b,node_agent_mmd_orchestration_layer_orchestration_lear_5a2a5b08,node_agent_mmd_tool_layer_toollayer_learnings_test_le_d61f175f,node_agent_mmd_orchestration_layer_orchestration_init_daf6ae1b,node_agent_mmd_tool_layer_toollayer_init_test_init_te_ae014ee3,node_agent_mmd_memory_vector_layer_memorylayer_init_t_bac0fb9d,doctor_test_e032e8b5,doctor_tool_checks_4acac51a,doctor_github_tool_checks_a53b0382,doctor_checks_5a2eb2b9,node_agent_mmd_orchestration_layer_orchestration_docs_22c7ae60,node_agent_mmd_tool_layer_toollayer_docs_gate_test_do_ca0c4c21,node_agent_mmd_memory_vector_layer_memorylayer_docs_g_2ab7a620,node_agent_mmd_tool_layer_toollayer_ci_migrate_core_c_049f8460,node_agent_mmd_memory_vector_layer_memorylayer_ci_mig_0cd5b1a4,types_1_4ecdf56e,node_agent_mmd_orchestration_layer_orchestration_orch_af4e7416,node_agent_mmd_tool_layer_toollayer_orchestrator_test_b563c528,node_agent_mmd_orchestration_layer_orchestration_tool_cc43149f,node_agent_mmd_tool_layer_toollayer_tooling_baseline__61e66e9f,node_agent_mmd_memory_vector_layer_memorylayer_toolin_14f86b00,tooling_baseline_test_d272ddb6,evaluation_engine_core_e054fe49,normalise_test_73e8a615,normalise_renderer_85f2e563,normalise_he_phase_exit_test_1788efc4,node_agent_mmd_tool_layer_toollayer_validator_validat_96a84a52,node_agent_mmd_memory_vector_layer_memorylayer_valida_1b167f63,node_agent_mmd_tool_layer_toollayer_metrics_tracker_m_4c9237d8,node_agent_mmd_memory_vector_layer_memorylayer_metric_12562178,node_agent_mmd_tool_layer_toollayer_metrics_tracker_t_8947b778,node_agent_mmd_memory_vector_layer_memorylayer_metric_74129788,client_1_914e1681,pr_creator_dc6b1ea4,scaffold_shell_quality_test_79567d03,scaffold_release_private_npm_template_075499f8,scaffold_github_actions_pr_pipeline_template_e2b85f62,scaffold_github_actions_pr_pipeline_template_test_be464a7b,scaffold_github_actions_pr_pipeline_renderer_1ee18de5,scaffold_github_actions_pr_pipeline_renderer_test_2cc38272,node_agent_mmd_orchestration_layer_orchestration_scaf_c9a90c2f,node_agent_mmd_tool_layer_toollayer_scaffold_environm_c1afc013,node_agent_mmd_memory_vector_layer_memorylayer_scaffo_12b42341,node_agent_mmd_orchestration_layer_orchestration_scaf_78d57a93,node_agent_mmd_tool_layer_toollayer_scaffold_environm_1a8f8168,scaffold_config_templates_4b80ce53,scaffold_codex_environment_templates_334fbbed,scaffold_ci_templates_2afd6392,init_output_360dce91,closure_evidence_aaa31467,observed_skill_usage_ed7d5930,observed_skill_usage_test_311c215a,ralph_runtime_73d63c0e,node_agent_mmd_orchestration_layer_orchestration_he_p_fc778c24,node_agent_mmd_tool_layer_toollayer_he_phase_exit_cor_af016160,node_agent_mmd_orchestration_layer_orchestration_harn_7761fad1,node_agent_mmd_tool_layer_toollayer_harness_closeout__df9d1dab,validator_helpers_7b927667,node_agent_mmd_orchestration_layer_orchestration_vali_d9fe99e6,node_agent_mmd_tool_layer_toollayer_validator_core_va_6ef6131f,node_agent_mmd_memory_vector_layer_memorylayer_valida_41034356,node_agent_mmd_orchestration_layer_orchestration_type_7cf81261,node_agent_mmd_tool_layer_toollayer_types_core_types__6c8319b6,node_agent_mmd_memory_vector_layer_memorylayer_types__83f369fa,node_agent_mmd_orchestration_layer_orchestration_poli_3270b55d,node_agent_mmd_tool_layer_toollayer_policy_validators_af136abf,node_agent_mmd_memory_vector_layer_memorylayer_policy_1944de42,node_agent_mmd_tool_layer_toollayer_command_registry__cce57abe,node_agent_mmd_memory_vector_layer_memorylayer_comman_362247bb,node_agent_mmd_orchestration_layer_orchestration_modu_72373e29,node_agent_mmd_tool_layer_toollayer_module_boundaries_fecf90b5,node_agent_mmd_memory_vector_layer_memorylayer_module_9bfd18b1,node_agent_mmd_tool_layer_toollayer_command_capabilit_e97a4615,node_agent_mmd_memory_vector_layer_memorylayer_comman_c72a5d05,command_capabilities_a4d5c71e toolNode
+   class node_agent_mmd_orchestration_layer_orchestration_coll_37781291,node_agent_mmd_tool_layer_toollayer_collect_observed__f30f627d,verify_work_test_0e12f6c5,node_agent_mmd_orchestration_layer_orchestration_revi_ae9f100c,node_agent_mmd_tool_layer_toollayer_review_gate_test__548e6c28,node_agent_mmd_memory_vector_layer_memorylayer_review_e0e0b257,node_agent_mmd_tool_layer_toollayer_review_gate_core__7704598b,node_agent_mmd_memory_vector_layer_memorylayer_review_5bee9816,remediate_test_6f59cafe,node_agent_mmd_orchestration_layer_orchestration_reme_359fe98f,node_agent_mmd_llm_model_layer_llmlayer_remediate_run_9e3d4585,node_agent_mmd_tool_layer_toollayer_remediate_runner__c003b871,remediate_cli_output_cc165396,pr_closeout_test_1_be1a0df1,policy_gate_213f7313,next_blocked_decisions_4140ad2b,node_agent_mmd_orchestration_layer_orchestration_lear_5a2a5b08,node_agent_mmd_tool_layer_toollayer_learnings_test_le_d61f175f,node_agent_mmd_orchestration_layer_orchestration_init_daf6ae1b,node_agent_mmd_tool_layer_toollayer_init_test_init_te_ae014ee3,node_agent_mmd_memory_vector_layer_memorylayer_init_t_bac0fb9d,doctor_test_e032e8b5,doctor_tool_checks_4acac51a,doctor_github_tool_checks_a53b0382,doctor_checks_5a2eb2b9,node_agent_mmd_orchestration_layer_orchestration_docs_22c7ae60,node_agent_mmd_tool_layer_toollayer_docs_gate_test_do_ca0c4c21,node_agent_mmd_memory_vector_layer_memorylayer_docs_g_2ab7a620,node_agent_mmd_tool_layer_toollayer_ci_migrate_core_c_049f8460,node_agent_mmd_memory_vector_layer_memorylayer_ci_mig_0cd5b1a4,types_1_4ecdf56e,node_agent_mmd_orchestration_layer_orchestration_orch_af4e7416,node_agent_mmd_tool_layer_toollayer_orchestrator_test_b563c528,node_agent_mmd_orchestration_layer_orchestration_tool_cc43149f,node_agent_mmd_tool_layer_toollayer_tooling_baseline__61e66e9f,node_agent_mmd_memory_vector_layer_memorylayer_toolin_14f86b00,tooling_baseline_test_d272ddb6,evaluation_engine_core_e054fe49,normalise_test_73e8a615,normalise_renderer_85f2e563,normalise_he_phase_exit_test_1788efc4,node_agent_mmd_tool_layer_toollayer_validator_validat_96a84a52,node_agent_mmd_memory_vector_layer_memorylayer_valida_1b167f63,node_agent_mmd_tool_layer_toollayer_metrics_tracker_m_4c9237d8,node_agent_mmd_memory_vector_layer_memorylayer_metric_12562178,node_agent_mmd_tool_layer_toollayer_metrics_tracker_t_8947b778,node_agent_mmd_memory_vector_layer_memorylayer_metric_74129788,client_1_914e1681,pr_creator_dc6b1ea4,closure_evidence_aaa31467,scaffold_shell_quality_test_79567d03,scaffold_release_private_npm_template_075499f8,scaffold_github_actions_pr_pipeline_template_e2b85f62,scaffold_github_actions_pr_pipeline_template_test_be464a7b,scaffold_github_actions_pr_pipeline_renderer_1ee18de5,scaffold_github_actions_pr_pipeline_renderer_test_2cc38272,node_agent_mmd_orchestration_layer_orchestration_scaf_c9a90c2f,node_agent_mmd_tool_layer_toollayer_scaffold_environm_c1afc013,node_agent_mmd_memory_vector_layer_memorylayer_scaffo_12b42341,node_agent_mmd_orchestration_layer_orchestration_scaf_78d57a93,node_agent_mmd_tool_layer_toollayer_scaffold_environm_1a8f8168,scaffold_config_templates_4b80ce53,scaffold_codex_environment_templates_334fbbed,scaffold_ci_templates_2afd6392,init_output_360dce91,observed_skill_usage_ed7d5930,observed_skill_usage_test_311c215a,ralph_runtime_73d63c0e,node_agent_mmd_orchestration_layer_orchestration_he_p_fc778c24,node_agent_mmd_tool_layer_toollayer_he_phase_exit_cor_af016160,node_agent_mmd_orchestration_layer_orchestration_harn_7761fad1,node_agent_mmd_tool_layer_toollayer_harness_closeout__df9d1dab,node_agent_mmd_tool_layer_toollayer_command_registry__cce57abe,node_agent_mmd_memory_vector_layer_memorylayer_comman_362247bb,validator_helpers_7b927667,node_agent_mmd_orchestration_layer_orchestration_vali_d9fe99e6,node_agent_mmd_tool_layer_toollayer_validator_core_va_6ef6131f,node_agent_mmd_memory_vector_layer_memorylayer_valida_41034356,node_agent_mmd_orchestration_layer_orchestration_type_7cf81261,node_agent_mmd_tool_layer_toollayer_types_core_types__6c8319b6,node_agent_mmd_memory_vector_layer_memorylayer_types__83f369fa,node_agent_mmd_orchestration_layer_orchestration_poli_3270b55d,node_agent_mmd_tool_layer_toollayer_policy_validators_af136abf,node_agent_mmd_memory_vector_layer_memorylayer_policy_1944de42,node_agent_mmd_orchestration_layer_orchestration_modu_72373e29,node_agent_mmd_tool_layer_toollayer_module_boundaries_fecf90b5,node_agent_mmd_memory_vector_layer_memorylayer_module_9bfd18b1,node_agent_mmd_tool_layer_toollayer_command_capabilit_e97a4615,node_agent_mmd_memory_vector_layer_memorylayer_comman_c72a5d05,command_capabilities_a4d5c71e toolNode
  classDef memNode fill:#555,color:#fff
-   class node_agent_mmd_llm_model_layer_llmlayer_cli_dispatch__7ecbc6e7,node_agent_mmd_memory_vector_layer_memorylayer_cli_di_c121353b,run_local_memory_preflight_36e92808,run_local_memory_preflight_test_1d7c5aa0,pr_template_validator_test_569b1cef,node_agent_mmd_orchestration_layer_orchestration_tool_5f9f8adf,node_agent_mmd_memory_vector_layer_memorylayer_toolin_48be0fc9,node_agent_mmd_orchestration_layer_orchestration_tool_acfe0c01,node_agent_mmd_memory_vector_layer_memorylayer_toolin_a1185b8f,node_agent_mmd_llm_model_layer_llmlayer_search_search_66b9a911,node_agent_mmd_memory_vector_layer_memorylayer_search_ac35cb7e,node_agent_mmd_llm_model_layer_llmlayer_search_test_s_72d50705,node_agent_mmd_memory_vector_layer_memorylayer_search_ebbe6c53,node_agent_mmd_orchestration_layer_orchestration_revi_ae9f100c,node_agent_mmd_tool_layer_toollayer_review_gate_test__548e6c28,node_agent_mmd_memory_vector_layer_memorylayer_review_e0e0b257,node_agent_mmd_tool_layer_toollayer_review_gate_core__7704598b,node_agent_mmd_memory_vector_layer_memorylayer_review_5bee9816,review_context_ca6cf81d,node_agent_mmd_orchestration_layer_orchestration_revi_84f25e5b,node_agent_mmd_memory_vector_layer_memorylayer_review_3255d3cf,node_agent_mmd_orchestration_layer_orchestration_refr_10a87984,node_agent_mmd_memory_vector_layer_memorylayer_refres_b1a0f415,pattern_scope_siblings_43abe000,memory_gate_a577a506,local_memory_preflight_dcc36c42,local_memory_preflight_test_5e323bbf,node_agent_mmd_orchestration_layer_orchestration_init_daf6ae1b,node_agent_mmd_tool_layer_toollayer_init_test_init_te_ae014ee3,node_agent_mmd_memory_vector_layer_memorylayer_init_t_bac0fb9d,node_agent_mmd_llm_model_layer_llmlayer_index_context_1041bd11,node_agent_mmd_memory_vector_layer_memorylayer_index__6f3402d0,node_agent_mmd_llm_model_layer_llmlayer_index_context_7e927b45,node_agent_mmd_memory_vector_layer_memorylayer_index__46fc46d7,node_agent_mmd_orchestration_layer_orchestration_docs_22c7ae60,node_agent_mmd_tool_layer_toollayer_docs_gate_test_do_ca0c4c21,node_agent_mmd_memory_vector_layer_memorylayer_docs_g_2ab7a620,docs_gate_core_eb9b6c18,node_agent_mmd_llm_model_layer_llmlayer_context_conte_ad2dfbd9,node_agent_mmd_memory_vector_layer_memorylayer_contex_78ceaaa9,node_agent_mmd_llm_model_layer_llmlayer_context_test__32277db3,node_agent_mmd_memory_vector_layer_memorylayer_contex_4e7cab00,context_integrity_acceptance_test_59f961b1,context_health_80bb7da9,context_health_test_3b5b87f3,node_agent_mmd_orchestration_layer_orchestration_ci_m_a6704d8b,node_agent_mmd_memory_vector_layer_memorylayer_ci_mig_df76706f,node_agent_mmd_tool_layer_toollayer_ci_migrate_core_c_049f8460,node_agent_mmd_memory_vector_layer_memorylayer_ci_mig_0cd5b1a4,check_diagram_freshness_test_c1dc40aa,branch_protect_core_a8feb0fd,node_agent_mmd_orchestration_layer_orchestration_brai_9c019b6e,node_agent_mmd_memory_vector_layer_memorylayer_brain__80b5ea48,node_agent_mmd_orchestration_layer_orchestration_agen_eb715f44,node_agent_mmd_memory_vector_layer_memorylayer_agent__6f084ab8,overload_guard_2748c559,overload_guard_test_6ece9f86,types_3_9675d69b,node_agent_mmd_orchestration_layer_orchestration_sugg_85c5ebe3,node_agent_mmd_memory_vector_layer_memorylayer_sugges_267f408d,node_agent_mmd_orchestration_layer_orchestration_sugg_d0ad9d8e,node_agent_mmd_memory_vector_layer_memorylayer_sugges_b043d150,performance_overload_c685bfcf,local_memory_0db17ecc,local_memory_smoke_1175abfc,types_8_f6283648,claim_helpers_20dc8387,node_agent_mmd_orchestration_layer_orchestration_tool_cc43149f,node_agent_mmd_tool_layer_toollayer_tooling_baseline__61e66e9f,node_agent_mmd_memory_vector_layer_memorylayer_toolin_14f86b00,node_agent_mmd_orchestration_layer_orchestration_clas_899b821a,node_agent_mmd_memory_vector_layer_memorylayer_classi_1ebbf5ff,node_agent_mmd_orchestration_layer_orchestration_clas_402e0b3f,node_agent_mmd_memory_vector_layer_memorylayer_classi_58e617e7,node_agent_mmd_tool_layer_toollayer_validator_validat_96a84a52,node_agent_mmd_memory_vector_layer_memorylayer_valida_1b167f63,validator_test_1_c5015ca0,types_12_2b09659a,node_agent_mmd_tool_layer_toollayer_metrics_tracker_m_4c9237d8,node_agent_mmd_memory_vector_layer_memorylayer_metric_12562178,node_agent_mmd_tool_layer_toollayer_metrics_tracker_t_8947b778,node_agent_mmd_memory_vector_layer_memorylayer_metric_74129788,branch_enforcer_acb749cd,review_context_1_e3afed15,index_2_10143590,eval_seed_5699fd3e,workflow_contract_scripts_test_681e2e3c,scaffold_workflow_template_92310587,node_agent_mmd_orchestration_layer_orchestration_scaf_ff8f92f6,node_agent_mmd_memory_vector_layer_memorylayer_scaffo_a86eece1,scaffold_surfaces_12d6494e,scaffold_shell_templates_0ad0f915,scaffold_script_template_registry_69312d4e,scaffold_script_template_registry_test_6a8ebefe,scaffold_root_command_templates_404fed7f,scaffold_root_command_templates_test_14596939,node_agent_mmd_orchestration_layer_orchestration_scaf_c9a90c2f,node_agent_mmd_tool_layer_toollayer_scaffold_environm_c1afc013,node_agent_mmd_memory_vector_layer_memorylayer_scaffo_12b42341,node_agent_mmd_orchestration_layer_orchestration_scaf_12cc07db,node_agent_mmd_memory_vector_layer_memorylayer_scaffo_5fd73b94,scaffold_diagram_templates_dd88e83c,scaffold_diagram_templates_test_f3774c28,node_agent_mmd_orchestration_layer_orchestration_proj_6ab6f60f,node_agent_mmd_memory_vector_layer_memorylayer_projec_3ae304d9,node_agent_mmd_orchestration_layer_orchestration_proj_d78b2f4f,node_agent_mmd_memory_vector_layer_memorylayer_projec_6048335b,node_agent_mmd_orchestration_layer_orchestration_init_2a9c3ecb,node_agent_mmd_memory_vector_layer_memorylayer_init_m_333d02c5,codex_preflight_symlink_test_037558db,harness_decision_test_7e5a4fe5,types_18_37582e2a,node_agent_mmd_llm_model_layer_llmlayer_sync_contract_9f3cc8c1,node_agent_mmd_memory_vector_layer_memorylayer_sync_c_e43418bc,sync_contract_test_5dc3165c,store_824d80d7,sources_1_e133d97d,rollout_a4fa034c,node_agent_mmd_llm_model_layer_llmlayer_ollama_ollama_968b23fa,node_agent_mmd_memory_vector_layer_memorylayer_ollama_6d51be16,node_agent_mmd_llm_model_layer_llmlayer_ollama_test_o_d62a0b5a,node_agent_mmd_memory_vector_layer_memorylayer_ollama_d800c0c4,lexical_fallback_723e2b3e,init_error_5c7dd49f,node_agent_mmd_llm_model_layer_llmlayer_indexer_index_4f4deef5,node_agent_mmd_memory_vector_layer_memorylayer_indexe_93e6d86f,indexer_test_d492f0aa,node_agent_mmd_llm_model_layer_llmlayer_index_index_1_02e160ff,node_agent_mmd_memory_vector_layer_memorylayer_index__752bc61e,context_compact_policy_3dcaf95d,context_compact_policy_test_da148267,node_agent_mmd_llm_model_layer_llmlayer_constants_con_c9bd3f6c,node_agent_mmd_memory_vector_layer_memorylayer_consta_702d3f46,constants_test_5492ae98,node_agent_mmd_orchestration_layer_orchestration_vali_a3b17e45,node_agent_mmd_memory_vector_layer_memorylayer_valida_caacfcdf,node_agent_mmd_orchestration_layer_orchestration_vali_d9fe99e6,node_agent_mmd_tool_layer_toollayer_validator_core_va_6ef6131f,node_agent_mmd_memory_vector_layer_memorylayer_valida_41034356,node_agent_mmd_orchestration_layer_orchestration_type_7cf81261,node_agent_mmd_tool_layer_toollayer_types_core_types__6c8319b6,node_agent_mmd_memory_vector_layer_memorylayer_types__83f369fa,node_agent_mmd_orchestration_layer_orchestration_poli_3270b55d,node_agent_mmd_tool_layer_toollayer_policy_validators_af136abf,node_agent_mmd_memory_vector_layer_memorylayer_policy_1944de42,loader_test_03424671,json_schema_core_96d7e328,index_6_fc9e91e2,harness_run_context_ac7c77a9,harness_run_context_test_c6937fed,node_agent_mmd_tool_layer_toollayer_command_registry__cce57abe,node_agent_mmd_memory_vector_layer_memorylayer_comman_362247bb,branch_protect_sync_570adb18,node_agent_mmd_orchestration_layer_orchestration_modu_72373e29,node_agent_mmd_tool_layer_toollayer_module_boundaries_fecf90b5,node_agent_mmd_memory_vector_layer_memorylayer_module_9bfd18b1,review_gate_command_spec_3187376a,local_memory_preflight_command_spec_9e23f3ce,node_agent_mmd_orchestration_layer_orchestration_comm_a137ef0a,node_agent_mmd_memory_vector_layer_memorylayer_comman_d36d1650,node_agent_mmd_orchestration_layer_orchestration_comm_1f8cc24c,node_agent_mmd_llm_model_layer_llmlayer_command_specs_782af9fa,node_agent_mmd_memory_vector_layer_memorylayer_comman_111eb454,node_agent_mmd_tool_layer_toollayer_command_capabilit_e97a4615,node_agent_mmd_memory_vector_layer_memorylayer_comman_c72a5d05 memNode
+   class node_agent_mmd_llm_model_layer_llmlayer_cli_dispatch__7ecbc6e7,node_agent_mmd_memory_vector_layer_memorylayer_cli_di_c121353b,run_local_memory_preflight_36e92808,run_local_memory_preflight_test_1d7c5aa0,pr_template_validator_test_569b1cef,node_agent_mmd_orchestration_layer_orchestration_tool_5f9f8adf,node_agent_mmd_memory_vector_layer_memorylayer_toolin_48be0fc9,node_agent_mmd_orchestration_layer_orchestration_tool_acfe0c01,node_agent_mmd_memory_vector_layer_memorylayer_toolin_a1185b8f,node_agent_mmd_llm_model_layer_llmlayer_search_search_66b9a911,node_agent_mmd_memory_vector_layer_memorylayer_search_ac35cb7e,node_agent_mmd_llm_model_layer_llmlayer_search_test_s_72d50705,node_agent_mmd_memory_vector_layer_memorylayer_search_ebbe6c53,node_agent_mmd_orchestration_layer_orchestration_revi_ae9f100c,node_agent_mmd_tool_layer_toollayer_review_gate_test__548e6c28,node_agent_mmd_memory_vector_layer_memorylayer_review_e0e0b257,node_agent_mmd_tool_layer_toollayer_review_gate_core__7704598b,node_agent_mmd_memory_vector_layer_memorylayer_review_5bee9816,review_context_ca6cf81d,node_agent_mmd_orchestration_layer_orchestration_revi_84f25e5b,node_agent_mmd_memory_vector_layer_memorylayer_review_3255d3cf,node_agent_mmd_orchestration_layer_orchestration_refr_10a87984,node_agent_mmd_memory_vector_layer_memorylayer_refres_b1a0f415,pattern_scope_siblings_43abe000,memory_gate_a577a506,local_memory_preflight_dcc36c42,local_memory_preflight_test_5e323bbf,node_agent_mmd_orchestration_layer_orchestration_init_daf6ae1b,node_agent_mmd_tool_layer_toollayer_init_test_init_te_ae014ee3,node_agent_mmd_memory_vector_layer_memorylayer_init_t_bac0fb9d,node_agent_mmd_llm_model_layer_llmlayer_index_context_1041bd11,node_agent_mmd_memory_vector_layer_memorylayer_index__6f3402d0,node_agent_mmd_llm_model_layer_llmlayer_index_context_7e927b45,node_agent_mmd_memory_vector_layer_memorylayer_index__46fc46d7,node_agent_mmd_orchestration_layer_orchestration_docs_22c7ae60,node_agent_mmd_tool_layer_toollayer_docs_gate_test_do_ca0c4c21,node_agent_mmd_memory_vector_layer_memorylayer_docs_g_2ab7a620,docs_gate_core_eb9b6c18,node_agent_mmd_llm_model_layer_llmlayer_context_conte_ad2dfbd9,node_agent_mmd_memory_vector_layer_memorylayer_contex_78ceaaa9,node_agent_mmd_llm_model_layer_llmlayer_context_test__32277db3,node_agent_mmd_memory_vector_layer_memorylayer_contex_4e7cab00,context_integrity_acceptance_test_59f961b1,context_health_80bb7da9,context_health_test_3b5b87f3,node_agent_mmd_orchestration_layer_orchestration_ci_m_a6704d8b,node_agent_mmd_memory_vector_layer_memorylayer_ci_mig_df76706f,node_agent_mmd_tool_layer_toollayer_ci_migrate_core_c_049f8460,node_agent_mmd_memory_vector_layer_memorylayer_ci_mig_0cd5b1a4,check_diagram_freshness_test_c1dc40aa,branch_protect_core_a8feb0fd,node_agent_mmd_orchestration_layer_orchestration_brai_9c019b6e,node_agent_mmd_memory_vector_layer_memorylayer_brain__80b5ea48,node_agent_mmd_orchestration_layer_orchestration_agen_eb715f44,node_agent_mmd_memory_vector_layer_memorylayer_agent__6f084ab8,overload_guard_2748c559,overload_guard_test_6ece9f86,types_4_822d0f88,node_agent_mmd_orchestration_layer_orchestration_sugg_85c5ebe3,node_agent_mmd_memory_vector_layer_memorylayer_sugges_267f408d,node_agent_mmd_orchestration_layer_orchestration_sugg_d0ad9d8e,node_agent_mmd_memory_vector_layer_memorylayer_sugges_b043d150,performance_overload_c685bfcf,local_memory_0db17ecc,local_memory_smoke_1175abfc,types_9_1db4641f,claim_helpers_20dc8387,node_agent_mmd_orchestration_layer_orchestration_tool_cc43149f,node_agent_mmd_tool_layer_toollayer_tooling_baseline__61e66e9f,node_agent_mmd_memory_vector_layer_memorylayer_toolin_14f86b00,node_agent_mmd_orchestration_layer_orchestration_clas_899b821a,node_agent_mmd_memory_vector_layer_memorylayer_classi_1ebbf5ff,node_agent_mmd_orchestration_layer_orchestration_clas_402e0b3f,node_agent_mmd_memory_vector_layer_memorylayer_classi_58e617e7,review_context_1_e3afed15,index_2_10143590,eval_seed_5699fd3e,node_agent_mmd_tool_layer_toollayer_validator_validat_96a84a52,node_agent_mmd_memory_vector_layer_memorylayer_valida_1b167f63,validator_test_1_c5015ca0,types_13_d025517b,node_agent_mmd_tool_layer_toollayer_metrics_tracker_m_4c9237d8,node_agent_mmd_memory_vector_layer_memorylayer_metric_12562178,node_agent_mmd_tool_layer_toollayer_metrics_tracker_t_8947b778,node_agent_mmd_memory_vector_layer_memorylayer_metric_74129788,branch_enforcer_acb749cd,workflow_contract_scripts_test_681e2e3c,scaffold_workflow_template_92310587,node_agent_mmd_orchestration_layer_orchestration_scaf_ff8f92f6,node_agent_mmd_memory_vector_layer_memorylayer_scaffo_a86eece1,scaffold_surfaces_12d6494e,scaffold_shell_templates_0ad0f915,scaffold_script_template_registry_69312d4e,scaffold_script_template_registry_test_6a8ebefe,scaffold_root_command_templates_404fed7f,scaffold_root_command_templates_test_14596939,node_agent_mmd_orchestration_layer_orchestration_scaf_c9a90c2f,node_agent_mmd_tool_layer_toollayer_scaffold_environm_c1afc013,node_agent_mmd_memory_vector_layer_memorylayer_scaffo_12b42341,node_agent_mmd_orchestration_layer_orchestration_scaf_12cc07db,node_agent_mmd_memory_vector_layer_memorylayer_scaffo_5fd73b94,scaffold_diagram_templates_dd88e83c,scaffold_diagram_templates_test_f3774c28,node_agent_mmd_orchestration_layer_orchestration_proj_6ab6f60f,node_agent_mmd_memory_vector_layer_memorylayer_projec_3ae304d9,node_agent_mmd_orchestration_layer_orchestration_proj_d78b2f4f,node_agent_mmd_memory_vector_layer_memorylayer_projec_6048335b,node_agent_mmd_orchestration_layer_orchestration_init_2a9c3ecb,node_agent_mmd_memory_vector_layer_memorylayer_init_m_333d02c5,codex_preflight_symlink_test_037558db,harness_decision_test_7e5a4fe5,branch_protect_sync_570adb18,node_agent_mmd_tool_layer_toollayer_command_registry__cce57abe,node_agent_mmd_memory_vector_layer_memorylayer_comman_362247bb,types_18_37582e2a,node_agent_mmd_llm_model_layer_llmlayer_sync_contract_9f3cc8c1,node_agent_mmd_memory_vector_layer_memorylayer_sync_c_e43418bc,sync_contract_test_5dc3165c,store_824d80d7,sources_1_e133d97d,rollout_a4fa034c,node_agent_mmd_llm_model_layer_llmlayer_ollama_ollama_968b23fa,node_agent_mmd_memory_vector_layer_memorylayer_ollama_6d51be16,node_agent_mmd_llm_model_layer_llmlayer_ollama_test_o_d62a0b5a,node_agent_mmd_memory_vector_layer_memorylayer_ollama_d800c0c4,lexical_fallback_723e2b3e,init_error_5c7dd49f,node_agent_mmd_llm_model_layer_llmlayer_indexer_index_4f4deef5,node_agent_mmd_memory_vector_layer_memorylayer_indexe_93e6d86f,indexer_test_d492f0aa,node_agent_mmd_llm_model_layer_llmlayer_index_index_1_02e160ff,node_agent_mmd_memory_vector_layer_memorylayer_index__752bc61e,context_compact_policy_3dcaf95d,context_compact_policy_test_da148267,node_agent_mmd_llm_model_layer_llmlayer_constants_con_c9bd3f6c,node_agent_mmd_memory_vector_layer_memorylayer_consta_702d3f46,constants_test_5492ae98,node_agent_mmd_orchestration_layer_orchestration_vali_a3b17e45,node_agent_mmd_memory_vector_layer_memorylayer_valida_caacfcdf,node_agent_mmd_orchestration_layer_orchestration_vali_d9fe99e6,node_agent_mmd_tool_layer_toollayer_validator_core_va_6ef6131f,node_agent_mmd_memory_vector_layer_memorylayer_valida_41034356,node_agent_mmd_orchestration_layer_orchestration_type_7cf81261,node_agent_mmd_tool_layer_toollayer_types_core_types__6c8319b6,node_agent_mmd_memory_vector_layer_memorylayer_types__83f369fa,node_agent_mmd_orchestration_layer_orchestration_poli_3270b55d,node_agent_mmd_tool_layer_toollayer_policy_validators_af136abf,node_agent_mmd_memory_vector_layer_memorylayer_policy_1944de42,loader_test_03424671,json_schema_core_96d7e328,index_6_fc9e91e2,harness_run_context_ac7c77a9,harness_run_context_test_c6937fed,node_agent_mmd_orchestration_layer_orchestration_modu_72373e29,node_agent_mmd_tool_layer_toollayer_module_boundaries_fecf90b5,node_agent_mmd_memory_vector_layer_memorylayer_module_9bfd18b1,review_gate_command_spec_3187376a,local_memory_preflight_command_spec_9e23f3ce,node_agent_mmd_orchestration_layer_orchestration_comm_a137ef0a,node_agent_mmd_memory_vector_layer_memorylayer_comman_d36d1650,node_agent_mmd_orchestration_layer_orchestration_comm_1f8cc24c,node_agent_mmd_llm_model_layer_llmlayer_command_specs_782af9fa,node_agent_mmd_memory_vector_layer_memorylayer_comman_111eb454,node_agent_mmd_tool_layer_toollayer_command_capabilit_e97a4615,node_agent_mmd_memory_vector_layer_memorylayer_comman_c72a5d05 memNode
